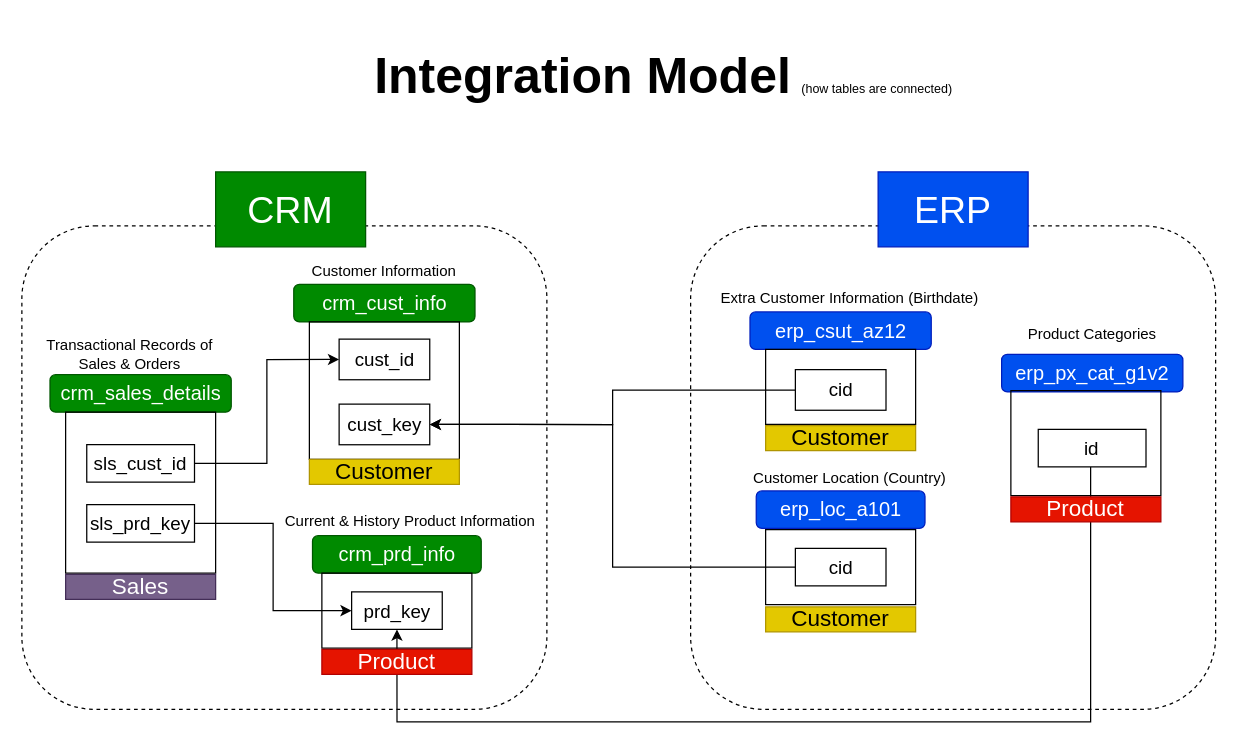
This is docs/integration_model.drawio from renzom1/data-warehouse-project, a draw.io file, before an edit. Source tidied: cells renumbered, new cells numbered last; positions are measured from the earlier drawing's top-left corner, leaving out a move shared by most shapes. Both pictures are drawn from the tidied source at 125%, with x=0, y=0 at pixel (21, 21).
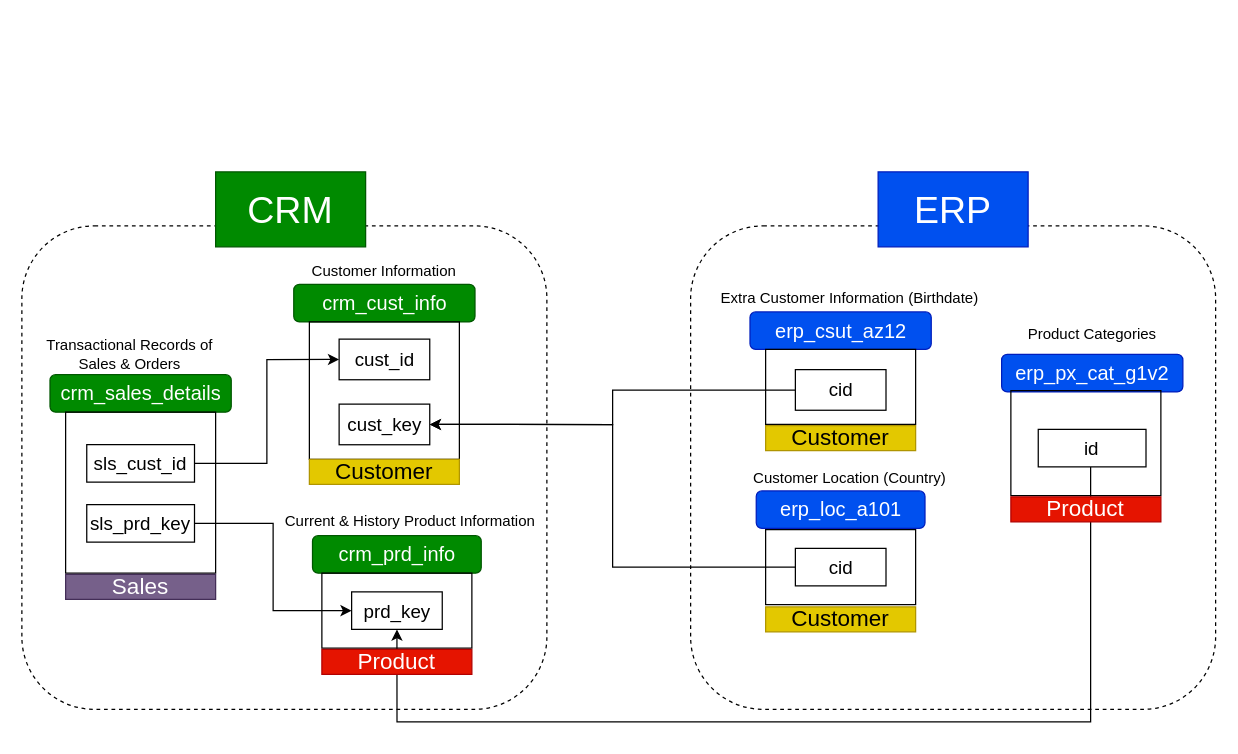
After the change.

What changed in the source:
```diff
@@
-    <mxCell id="4" value="&lt;font style=&quot;font-size: 40px;&quot;&gt;Integration Model&lt;/font&gt;&lt;font style=&quot;font-size: 30px;&quot;&gt; &lt;/font&gt;&lt;font style=&quot;font-size: 10px; font-weight: normal;&quot;&gt;(how tables are connected)&lt;/font&gt;" style="rounded=0;whiteSpace=wrap;html=1;fillColor=none;fontStyle=1;strokeColor=none;" parent="1" vertex="1">
-      <mxGeometry x="232.5" width="561.2" height="84" as="geometry" />
-    </mxCell>
```
